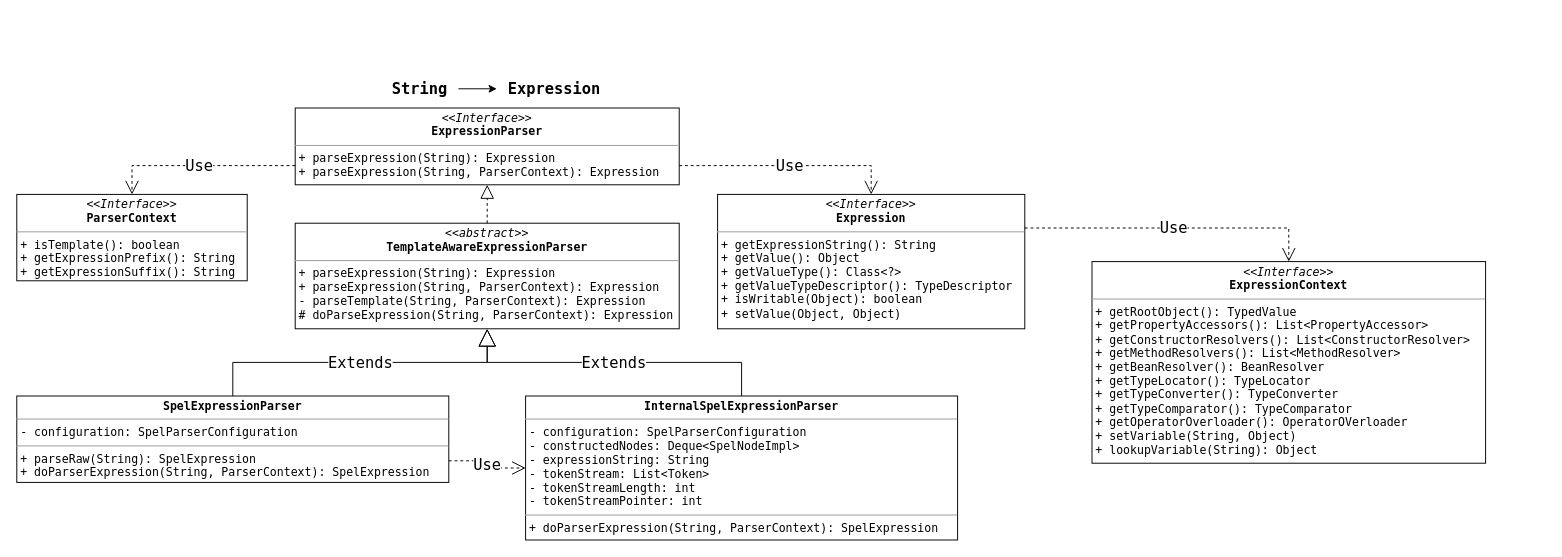
Earlier version of the draw.io diagram uml/ExpressionParser.drawio (xhjian/draw.io). Source tidied: cells renumbered, new cells numbered last; positions are measured from the earlier drawing's top-left corner, leaving out a move shared by most shapes. Both pictures are drawn from the tidied source at 96%, with x=0, y=0 at pixel (16, 79).
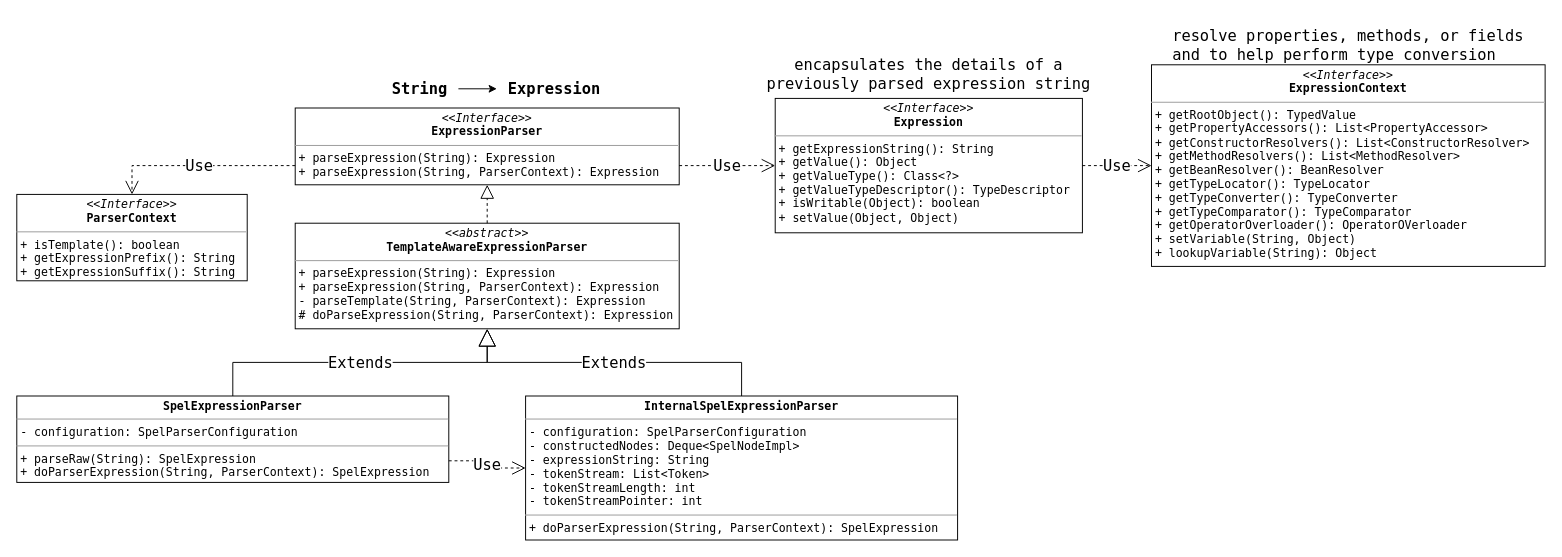
The same page after the edit.

Unchanged cells that the change refers to:
```xml
<mxCell id="2" value="&lt;p style=&quot;margin: 0px ; margin-top: 4px ; text-align: center&quot;&gt;&lt;i&gt;&amp;lt;&amp;lt;Interface&amp;gt;&amp;gt;&lt;/i&gt;&lt;br&gt;&lt;b&gt;ExpressionParser&lt;/b&gt;&lt;br&gt;&lt;/p&gt;&lt;hr size=&quot;1&quot;&gt;&lt;p style=&quot;margin: 0px ; margin-left: 4px&quot;&gt;+ parseExpression(String): Expression&lt;/p&gt;&lt;p style=&quot;margin: 0px ; margin-left: 4px&quot;&gt;+ parseExpression(String, ParserContext): Expression&lt;/p&gt;" style="verticalAlign=top;align=left;overflow=fill;fontSize=12;fontFamily=Lucida Console;html=1;" parent="1" vertex="1">
  <mxGeometry x="290" y="30" width="400" height="80" as="geometry" />
</mxCell>
```

Diff of the diagram source:
```diff
@@
     <mxCell id="3" value="&lt;p style=&quot;margin: 0px ; margin-top: 4px ; text-align: center&quot;&gt;&lt;i&gt;&amp;lt;&amp;lt;Interface&amp;gt;&amp;gt;&lt;/i&gt;&lt;br&gt;&lt;b&gt;Expression&lt;/b&gt;&lt;br&gt;&lt;/p&gt;&lt;hr size=&quot;1&quot;&gt;&lt;p style=&quot;margin: 0px ; margin-left: 4px&quot;&gt;+ getExpressionString(): String&lt;/p&gt;&lt;p style=&quot;margin: 0px ; margin-left: 4px&quot;&gt;+ getValue(): Object&lt;/p&gt;&lt;p style=&quot;margin: 0px ; margin-left: 4px&quot;&gt;+ getValueType(): Class&amp;lt;?&amp;gt;&lt;/p&gt;&lt;p style=&quot;margin: 0px ; margin-left: 4px&quot;&gt;+ getValueTypeDescriptor(): TypeDescriptor&lt;/p&gt;&lt;p style=&quot;margin: 0px ; margin-left: 4px&quot;&gt;+ isWritable(Object): boolean&lt;/p&gt;&lt;p style=&quot;margin: 0px ; margin-left: 4px&quot;&gt;+ setValue(Object, Object)&lt;/p&gt;" style="verticalAlign=top;align=left;overflow=fill;fontSize=12;fontFamily=Lucida Console;html=1;" parent="1" vertex="1">
-      <mxGeometry x="730" y="120" width="320" height="140" as="geometry" />
+      <mxGeometry x="790" y="20" width="320" height="140" as="geometry" />
     </mxCell>
@@
-    <mxCell id="13" value="Use" style="endArrow=open;endSize=12;dashed=1;html=1;rounded=0;fontFamily=Lucida Console;fontSize=16;exitX=1;exitY=0.75;exitDx=0;exitDy=0;entryX=0.5;entryY=0;entryDx=0;entryDy=0;edgeStyle=orthogonalEdgeStyle;" parent="1" edge="1" source="2" target="3">
+    <mxCell id="13" value="Use" style="endArrow=open;endSize=12;dashed=1;html=1;rounded=0;fontFamily=Lucida Console;fontSize=16;exitX=1;exitY=0.75;exitDx=0;exitDy=0;entryX=0;entryY=0.5;entryDx=0;entryDy=0;edgeStyle=orthogonalEdgeStyle;" parent="1" edge="1" source="2" target="3">
       <mxGeometry relative="1" as="geometry" />
     </mxCell>
@@
+    <mxCell id="18" value="Use" style="endArrow=open;endSize=12;dashed=1;html=1;rounded=0;fontFamily=Lucida Console;fontSize=16;exitX=1;exitY=0.5;exitDx=0;exitDy=0;edgeStyle=orthogonalEdgeStyle;" parent="1" edge="1" source="3" target="17">
+      <mxGeometry relative="1" as="geometry" />
+    </mxCell>
+    <mxCell id="19" style="group;" parent="1" vertex="1">
+      <mxGeometry x="1182" y="-65" width="410" height="260" as="geometry" />
+    </mxCell>
-    <mxCell id="17" value="&lt;p style=&quot;margin: 0px ; margin-top: 4px ; text-align: center&quot;&gt;&lt;i&gt;&amp;lt;&amp;lt;Interface&amp;gt;&amp;gt;&lt;/i&gt;&lt;br&gt;&lt;b&gt;ExpressionContext&lt;/b&gt;&lt;br&gt;&lt;/p&gt;&lt;hr size=&quot;1&quot;&gt;&lt;p style=&quot;margin: 0px ; margin-left: 4px&quot;&gt;+ getRootObject(): TypedValue&lt;br&gt;&lt;/p&gt;&lt;p style=&quot;margin: 0px ; margin-left: 4px&quot;&gt;+ getPropertyAccessors(): List&amp;lt;PropertyAccessor&amp;gt;&lt;br&gt;&lt;/p&gt;&lt;p style=&quot;margin: 0px ; margin-left: 4px&quot;&gt;+ getConstructorResolvers(): List&amp;lt;ConstructorResolver&amp;gt;&lt;br&gt;&lt;/p&gt;&lt;p style=&quot;margin: 0px ; margin-left: 4px&quot;&gt;+ getMethodResolvers(): List&amp;lt;MethodResolver&amp;gt;&lt;/p&gt;&lt;p style=&quot;margin: 0px ; margin-left: 4px&quot;&gt;+ getBeanResolver(): BeanResolver&lt;br&gt;&lt;/p&gt;&lt;p style=&quot;margin: 0px ; margin-left: 4px&quot;&gt;+ getTypeLocator(): TypeLocator&lt;/p&gt;&lt;p style=&quot;margin: 0px ; margin-left: 4px&quot;&gt;+ getTypeConverter(): TypeConverter&lt;/p&gt;&lt;p style=&quot;margin: 0px ; margin-left: 4px&quot;&gt;+ getTypeComparator(): TypeComparator&lt;/p&gt;&lt;p style=&quot;margin: 0px ; margin-left: 4px&quot;&gt;+ getOperatorOverloader(): OperatorOVerloader&lt;/p&gt;&lt;p style=&quot;margin: 0px ; margin-left: 4px&quot;&gt;+ setVariable(String, Object)&lt;/p&gt;&lt;p style=&quot;margin: 0px ; margin-left: 4px&quot;&gt;+ lookupVariable(String): Object&lt;br&gt;&lt;/p&gt;" style="verticalAlign=top;align=left;overflow=fill;fontSize=12;fontFamily=Lucida Console;html=1;" parent="1" vertex="1">
-      <mxGeometry x="1120" y="190" width="410" height="210" as="geometry" />
+    <mxCell id="17" value="&lt;p style=&quot;margin: 0px ; margin-top: 4px ; text-align: center&quot;&gt;&lt;i&gt;&amp;lt;&amp;lt;Interface&amp;gt;&amp;gt;&lt;/i&gt;&lt;br&gt;&lt;b&gt;ExpressionContext&lt;/b&gt;&lt;br&gt;&lt;/p&gt;&lt;hr size=&quot;1&quot;&gt;&lt;p style=&quot;margin: 0px ; margin-left: 4px&quot;&gt;+ getRootObject(): TypedValue&lt;br&gt;&lt;/p&gt;&lt;p style=&quot;margin: 0px ; margin-left: 4px&quot;&gt;+ getPropertyAccessors(): List&amp;lt;PropertyAccessor&amp;gt;&lt;br&gt;&lt;/p&gt;&lt;p style=&quot;margin: 0px ; margin-left: 4px&quot;&gt;+ getConstructorResolvers(): List&amp;lt;ConstructorResolver&amp;gt;&lt;br&gt;&lt;/p&gt;&lt;p style=&quot;margin: 0px ; margin-left: 4px&quot;&gt;+ getMethodResolvers(): List&amp;lt;MethodResolver&amp;gt;&lt;/p&gt;&lt;p style=&quot;margin: 0px ; margin-left: 4px&quot;&gt;+ getBeanResolver(): BeanResolver&lt;br&gt;&lt;/p&gt;&lt;p style=&quot;margin: 0px ; margin-left: 4px&quot;&gt;+ getTypeLocator(): TypeLocator&lt;/p&gt;&lt;p style=&quot;margin: 0px ; margin-left: 4px&quot;&gt;+ getTypeConverter(): TypeConverter&lt;/p&gt;&lt;p style=&quot;margin: 0px ; margin-left: 4px&quot;&gt;+ getTypeComparator(): TypeComparator&lt;/p&gt;&lt;p style=&quot;margin: 0px ; margin-left: 4px&quot;&gt;+ getOperatorOverloader(): OperatorOVerloader&lt;/p&gt;&lt;p style=&quot;margin: 0px ; margin-left: 4px&quot;&gt;+ setVariable(String, Object)&lt;/p&gt;&lt;p style=&quot;margin: 0px ; margin-left: 4px&quot;&gt;+ lookupVariable(String): Object&lt;br&gt;&lt;/p&gt;" style="verticalAlign=top;align=left;overflow=fill;fontSize=12;fontFamily=Lucida Console;html=1;" parent="19" vertex="1">
+      <mxGeometry y="50" width="410" height="210" as="geometry" />
     </mxCell>
-    <mxCell id="18" value="Use" style="endArrow=open;endSize=12;dashed=1;html=1;rounded=0;fontFamily=Lucida Console;fontSize=16;exitX=1;exitY=0.25;exitDx=0;exitDy=0;entryX=0.5;entryY=0;entryDx=0;entryDy=0;edgeStyle=orthogonalEdgeStyle;" parent="1" edge="1" source="3" target="17">
-      <mxGeometry relative="1" as="geometry" />
-    </mxCell>
+    <mxCell id="20" value="&lt;div align=&quot;left&quot;&gt;resolve properties, methods, or fields &lt;br&gt;&lt;/div&gt;&lt;div align=&quot;left&quot;&gt;and to help perform type conversion&lt;/div&gt;" style="text;html=1;strokeColor=none;fillColor=none;align=center;verticalAlign=middle;whiteSpace=wrap;rounded=0;fontFamily=Lucida Console;fontSize=16;" parent="19" vertex="1">
+      <mxGeometry x="15" y="10" width="380" height="40" as="geometry" />
+    </mxCell>
+    <mxCell id="21" value="&lt;div style=&quot;background-color: rgb(255 , 255 , 255) ; font-size: 16px&quot;&gt;&lt;span style=&quot;font-size: 16px&quot;&gt;encapsulates the details of a previously parsed expression string&lt;/span&gt;&lt;/div&gt;" style="text;html=1;strokeColor=none;fillColor=none;align=center;verticalAlign=middle;whiteSpace=wrap;rounded=0;fontFamily=Lucida Console;fontSize=16;fontColor=#000000;fontStyle=0;" parent="1" vertex="1">
+      <mxGeometry x="775" y="-30" width="350" height="50" as="geometry" />
+    </mxCell>
```
